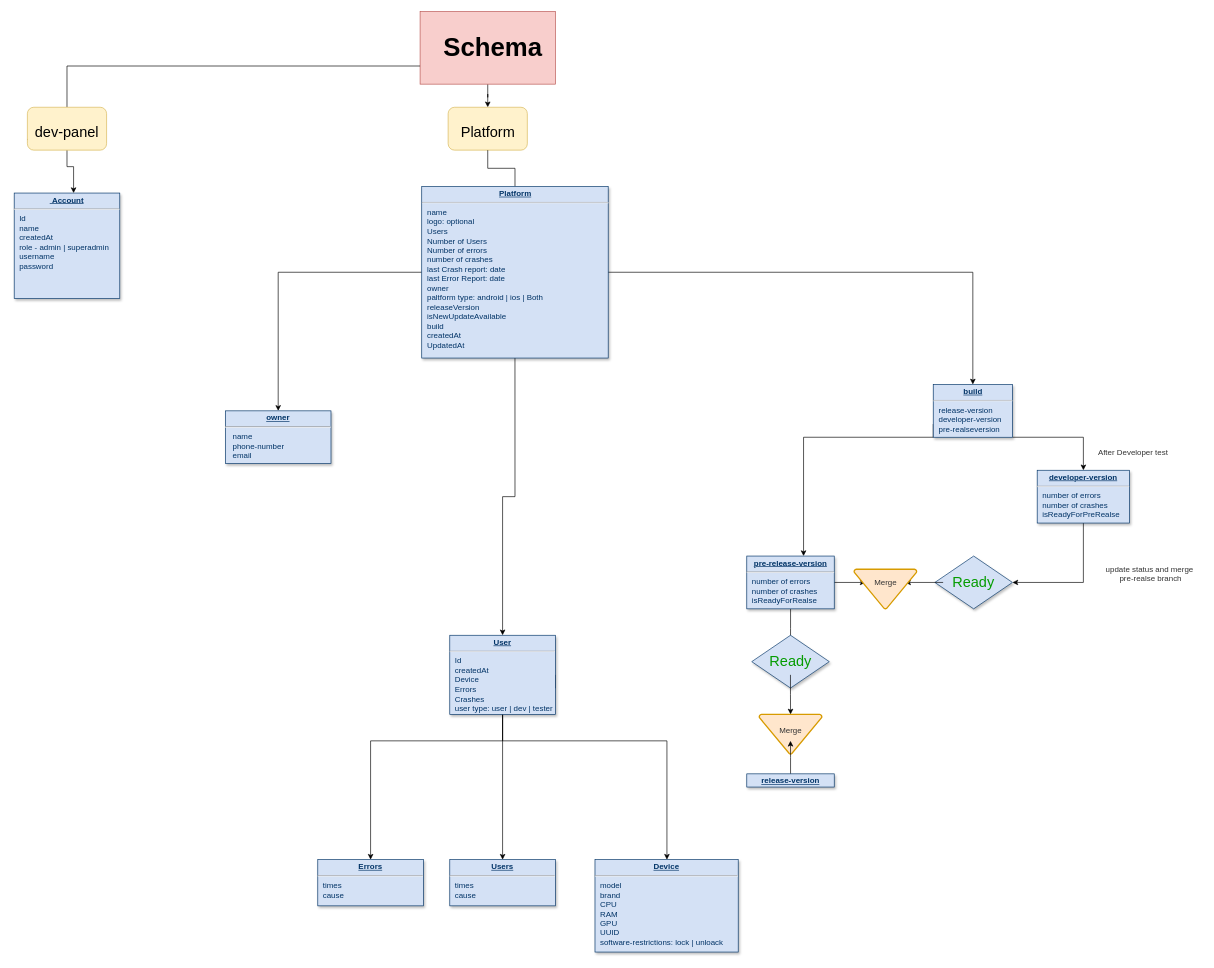
ahmadsoran/dev-panel-backend keeps this draw.io diagram as flowchart/App-DB.drawio. Above is the earlier version. Source tidied: cells renumbered, new cells numbered last; positions are measured from the earlier drawing's top-left corner, leaving out a move shared by most shapes. Both pictures are drawn from the tidied source at 66%, with x=0, y=0 at pixel (14, 11).
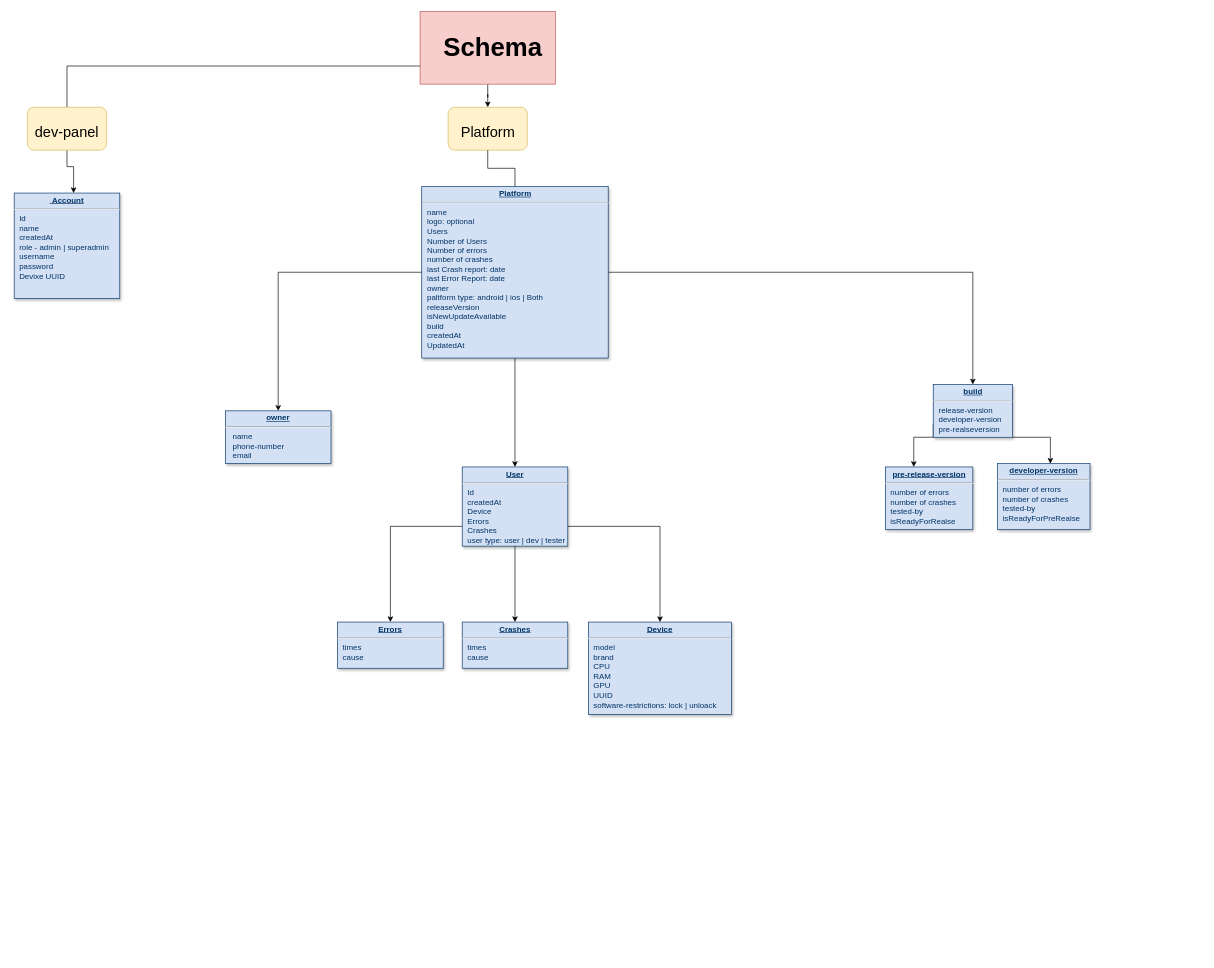
The same diagram, later.

Unchanged cells that the change refers to:
```xml
<mxCell id="25" value="&lt;p style=&quot;margin: 0px; margin-top: 4px; text-align: center; text-decoration: underline;&quot;&gt;&lt;b&gt;build&lt;/b&gt;&lt;/p&gt;&lt;hr&gt;&lt;p style=&quot;margin: 0px; margin-left: 8px;&quot;&gt;release-version&lt;/p&gt;&lt;p style=&quot;margin: 0px; margin-left: 8px;&quot;&gt;developer-version&lt;/p&gt;&lt;p style=&quot;margin: 0px; margin-left: 8px;&quot;&gt;pre-realseversion&lt;/p&gt;&lt;p style=&quot;border-color: var(--border-color); margin: 0px 0px 0px 8px;&quot;&gt;&lt;br&gt;&lt;/p&gt;&lt;p style=&quot;border-color: var(--border-color); margin: 0px 0px 0px 8px;&quot;&gt;&lt;br&gt;&lt;/p&gt;&lt;p style=&quot;margin: 0px; margin-left: 8px;&quot;&gt;&amp;nbsp;&lt;/p&gt;" style="verticalAlign=top;align=left;overflow=fill;fontSize=12;fontFamily=Helvetica;html=1;strokeColor=#003366;shadow=1;fillColor=#D4E1F5;fontColor=#003366;" parent="1" vertex="1">
  <mxGeometry x="1392.5" y="565" width="120" height="80" as="geometry" />
</mxCell>
```

What changed in the source:
```diff
@@
-    <mxCell id="2" value="&lt;p style=&quot;margin: 0px; margin-top: 4px; text-align: center; text-decoration: underline;&quot;&gt;&lt;b&gt;&amp;nbsp;Account&lt;/b&gt;&lt;/p&gt;&lt;hr&gt;&lt;p style=&quot;margin: 0px; margin-left: 8px;&quot;&gt;Id&lt;/p&gt;&lt;p style=&quot;margin: 0px; margin-left: 8px;&quot;&gt;name&lt;/p&gt;&lt;p style=&quot;margin: 0px; margin-left: 8px;&quot;&gt;createdAt&lt;/p&gt;&lt;p style=&quot;margin: 0px; margin-left: 8px;&quot;&gt;role - admin | superadmin&lt;/p&gt;&lt;p style=&quot;margin: 0px; margin-left: 8px;&quot;&gt;username&lt;/p&gt;&lt;p style=&quot;margin: 0px; margin-left: 8px;&quot;&gt;password&lt;/p&gt;" style="verticalAlign=top;align=left;overflow=fill;fontSize=12;fontFamily=Helvetica;html=1;strokeColor=#003366;shadow=1;fillColor=#D4E1F5;fontColor=#003366;" parent="1" vertex="1">
+    <mxCell id="2" value="&lt;p style=&quot;margin: 0px; margin-top: 4px; text-align: center; text-decoration: underline;&quot;&gt;&lt;b&gt;&amp;nbsp;Account&lt;/b&gt;&lt;/p&gt;&lt;hr&gt;&lt;p style=&quot;margin: 0px; margin-left: 8px;&quot;&gt;Id&lt;/p&gt;&lt;p style=&quot;margin: 0px; margin-left: 8px;&quot;&gt;name&lt;/p&gt;&lt;p style=&quot;margin: 0px; margin-left: 8px;&quot;&gt;createdAt&lt;/p&gt;&lt;p style=&quot;margin: 0px; margin-left: 8px;&quot;&gt;role - admin | superadmin&lt;/p&gt;&lt;p style=&quot;margin: 0px; margin-left: 8px;&quot;&gt;username&lt;/p&gt;&lt;p style=&quot;margin: 0px; margin-left: 8px;&quot;&gt;password&lt;/p&gt;&lt;p style=&quot;margin: 0px; margin-left: 8px;&quot;&gt;Devixe UUID&lt;/p&gt;" style="verticalAlign=top;align=left;overflow=fill;fontSize=12;fontFamily=Helvetica;html=1;strokeColor=#003366;shadow=1;fillColor=#D4E1F5;fontColor=#003366;" parent="1" vertex="1">
       <mxGeometry y="275" width="160" height="160" as="geometry" />
     </mxCell>
@@
     <mxCell id="7" value="&lt;p style=&quot;margin: 0px; margin-top: 4px; text-align: center; text-decoration: underline;&quot;&gt;&lt;b&gt;Device&lt;/b&gt;&lt;/p&gt;&lt;hr&gt;&lt;p style=&quot;margin: 0px; margin-left: 8px;&quot;&gt;model&lt;/p&gt;&lt;p style=&quot;margin: 0px; margin-left: 8px;&quot;&gt;brand&lt;/p&gt;&lt;p style=&quot;margin: 0px; margin-left: 8px;&quot;&gt;CPU&lt;/p&gt;&lt;p style=&quot;margin: 0px; margin-left: 8px;&quot;&gt;RAM&lt;/p&gt;&lt;p style=&quot;margin: 0px; margin-left: 8px;&quot;&gt;GPU&lt;/p&gt;&lt;p style=&quot;margin: 0px; margin-left: 8px;&quot;&gt;UUID&lt;/p&gt;&lt;p style=&quot;margin: 0px; margin-left: 8px;&quot;&gt;software-restrictions: lock | unloack&lt;/p&gt;&lt;p style=&quot;margin: 0px; margin-left: 8px;&quot;&gt;&lt;br&gt;&lt;/p&gt;&lt;p style=&quot;margin: 0px; margin-left: 8px;&quot;&gt;&lt;br&gt;&lt;/p&gt;&lt;p style=&quot;margin: 0px; margin-left: 8px;&quot;&gt;&amp;nbsp;&lt;/p&gt;" style="verticalAlign=top;align=left;overflow=fill;fontSize=12;fontFamily=Helvetica;html=1;strokeColor=#003366;shadow=1;fillColor=#D4E1F5;fontColor=#003366;" parent="1" vertex="1">
-      <mxGeometry x="880" y="1285" width="217" height="140" as="geometry" />
+      <mxGeometry x="870" y="925" width="217" height="140" as="geometry" />
     </mxCell>
+    <mxCell id="10" style="edgeStyle=orthogonalEdgeStyle;rounded=0;jettySize=auto;html=1;fontSize=22;" parent="1" edge="1" source="11" target="16">
+      <mxGeometry relative="1" as="geometry" />
+    </mxCell>
+    <mxCell id="9" style="edgeStyle=orthogonalEdgeStyle;rounded=0;jettySize=auto;html=1;exitX=0;exitY=0.75;exitDx=0;exitDy=0;fontFamily=Helvetica;fontSize=12;fontColor=#333333;" parent="1" edge="1" source="11" target="15">
+      <mxGeometry relative="1" as="geometry" />
+    </mxCell>
-    <mxCell id="8" style="edgeStyle=orthogonalEdgeStyle;rounded=0;jettySize=auto;html=1;exitX=1;exitY=0.5;exitDx=0;exitDy=0;fontSize=22;" parent="1" edge="1" source="11" target="7">
-      <mxGeometry relative="1" as="geometry">
-        <Array as="points">
-          <mxPoint x="820" y="1025" />
-          <mxPoint x="740" y="1025" />
-          <mxPoint x="740" y="1105" />
-          <mxPoint x="989" y="1105" />
-        </Array>
-      </mxGeometry>
+    <mxCell id="8" style="edgeStyle=orthogonalEdgeStyle;rounded=0;jettySize=auto;html=1;exitX=1;exitY=0.75;exitDx=0;exitDy=0;fontFamily=Helvetica;fontSize=12;fontColor=#333333;" parent="1" edge="1" source="11" target="7">
+      <mxGeometry relative="1" as="geometry" />
     </mxCell>
-    <mxCell id="9" style="edgeStyle=orthogonalEdgeStyle;rounded=0;jettySize=auto;html=1;fontSize=22;" parent="1" edge="1" source="11" target="15">
-      <mxGeometry relative="1" as="geometry">
-        <Array as="points">
-          <mxPoint x="540" y="1105" />
-        </Array>
-      </mxGeometry>
-    </mxCell>
-    <mxCell id="10" style="edgeStyle=orthogonalEdgeStyle;rounded=0;jettySize=auto;html=1;fontSize=22;" parent="1" edge="1" source="11" target="16">
-      <mxGeometry relative="1" as="geometry" />
-    </mxCell>
     <mxCell id="11" value="&lt;p style=&quot;margin: 0px; margin-top: 4px; text-align: center; text-decoration: underline;&quot;&gt;&lt;b&gt;User&lt;/b&gt;&lt;/p&gt;&lt;hr&gt;&lt;p style=&quot;margin: 0px; margin-left: 8px;&quot;&gt;Id&lt;/p&gt;&lt;p style=&quot;margin: 0px; margin-left: 8px;&quot;&gt;&lt;span style=&quot;background-color: initial;&quot;&gt;createdAt&lt;/span&gt;&lt;br&gt;&lt;/p&gt;&lt;p style=&quot;margin: 0px; margin-left: 8px;&quot;&gt;Device&lt;/p&gt;&lt;p style=&quot;margin: 0px; margin-left: 8px;&quot;&gt;Errors&lt;/p&gt;&lt;p style=&quot;margin: 0px; margin-left: 8px;&quot;&gt;Crashes&lt;/p&gt;&lt;p style=&quot;margin: 0px; margin-left: 8px;&quot;&gt;user type: user | dev | tester&lt;/p&gt;&lt;p style=&quot;margin: 0px; margin-left: 8px;&quot;&gt;&lt;br&gt;&lt;/p&gt;&lt;p style=&quot;margin: 0px; margin-left: 8px;&quot;&gt;&lt;br&gt;&lt;/p&gt;&lt;p style=&quot;margin: 0px; margin-left: 8px;&quot;&gt;&amp;nbsp;&lt;/p&gt;" style="verticalAlign=top;align=left;overflow=fill;fontSize=12;fontFamily=Helvetica;html=1;strokeColor=#003366;shadow=1;fillColor=#D4E1F5;fontColor=#003366;" parent="1" vertex="1">
-      <mxGeometry x="660" y="945" width="160" height="120" as="geometry" />
+      <mxGeometry x="678.8" y="690" width="160" height="120" as="geometry" />
     </mxCell>
@@
     <mxCell id="15" value="&lt;p style=&quot;margin: 0px; margin-top: 4px; text-align: center; text-decoration: underline;&quot;&gt;&lt;b&gt;Errors&lt;/b&gt;&lt;/p&gt;&lt;hr&gt;&lt;p style=&quot;margin: 0px; margin-left: 8px;&quot;&gt;times&lt;/p&gt;&lt;p style=&quot;margin: 0px; margin-left: 8px;&quot;&gt;cause&lt;/p&gt;&lt;p style=&quot;margin: 0px; margin-left: 8px;&quot;&gt;&lt;br&gt;&lt;/p&gt;&lt;p style=&quot;margin: 0px; margin-left: 8px;&quot;&gt;&amp;nbsp;&lt;/p&gt;" style="verticalAlign=top;align=left;overflow=fill;fontSize=12;fontFamily=Helvetica;html=1;strokeColor=#003366;shadow=1;fillColor=#D4E1F5;fontColor=#003366;" parent="1" vertex="1">
-      <mxGeometry x="460" y="1285" width="160" height="70" as="geometry" />
+      <mxGeometry x="490" y="925" width="160" height="70" as="geometry" />
     </mxCell>
-    <mxCell id="16" value="&lt;p style=&quot;margin: 0px; margin-top: 4px; text-align: center; text-decoration: underline;&quot;&gt;&lt;b&gt;Users&lt;/b&gt;&lt;/p&gt;&lt;hr&gt;&lt;p style=&quot;margin: 0px; margin-left: 8px;&quot;&gt;times&lt;/p&gt;&lt;p style=&quot;margin: 0px; margin-left: 8px;&quot;&gt;cause&lt;/p&gt;&lt;p style=&quot;margin: 0px; margin-left: 8px;&quot;&gt;&amp;nbsp;&lt;/p&gt;" style="verticalAlign=top;align=left;overflow=fill;fontSize=12;fontFamily=Helvetica;html=1;strokeColor=#003366;shadow=1;fillColor=#D4E1F5;fontColor=#003366;" parent="1" vertex="1">
-      <mxGeometry x="660" y="1285" width="160" height="70" as="geometry" />
+    <mxCell id="16" value="&lt;p style=&quot;margin: 0px; margin-top: 4px; text-align: center; text-decoration: underline;&quot;&gt;&lt;b&gt;Crashes&lt;/b&gt;&lt;/p&gt;&lt;hr&gt;&lt;p style=&quot;margin: 0px; margin-left: 8px;&quot;&gt;times&lt;/p&gt;&lt;p style=&quot;margin: 0px; margin-left: 8px;&quot;&gt;cause&lt;/p&gt;&lt;p style=&quot;margin: 0px; margin-left: 8px;&quot;&gt;&amp;nbsp;&lt;/p&gt;" style="verticalAlign=top;align=left;overflow=fill;fontSize=12;fontFamily=Helvetica;html=1;strokeColor=#003366;shadow=1;fillColor=#D4E1F5;fontColor=#003366;" parent="1" vertex="1">
+      <mxGeometry x="678.8" y="925" width="160" height="70" as="geometry" />
     </mxCell>
@@
     <mxCell id="23" style="edgeStyle=orthogonalEdgeStyle;rounded=0;jettySize=auto;html=1;fontSize=22;" parent="1" edge="1" source="25" target="27">
       <mxGeometry relative="1" as="geometry">
         <Array as="points">
-          <mxPoint x="1620" y="645" />
+          <mxPoint x="1570" y="645" />
         </Array>
       </mxGeometry>
     </mxCell>
     <mxCell id="24" style="edgeStyle=orthogonalEdgeStyle;rounded=0;jettySize=auto;html=1;exitX=0;exitY=0.75;exitDx=0;exitDy=0;fontFamily=Helvetica;fontSize=22;fontColor=#9C9C9C;" parent="1" edge="1" source="25" target="30">
       <mxGeometry relative="1" as="geometry">
         <Array as="points">
           <mxPoint x="1393" y="645" />
-          <mxPoint x="1196" y="645" />
+          <mxPoint x="1363" y="645" />
         </Array>
       </mxGeometry>
     </mxCell>
@@
-    <mxCell id="26" style="edgeStyle=orthogonalEdgeStyle;rounded=0;jettySize=auto;html=1;fontFamily=Helvetica;fontSize=22;fontColor=#9C9C9C;" parent="1" edge="1" source="27" target="31">
-      <mxGeometry relative="1" as="geometry">
-        <Array as="points">
-          <mxPoint x="1620" y="865" />
-        </Array>
-      </mxGeometry>
-    </mxCell>
-    <mxCell id="27" value="&lt;p style=&quot;margin: 0px; margin-top: 4px; text-align: center; text-decoration: underline;&quot;&gt;&lt;b&gt;developer-version&lt;/b&gt;&lt;/p&gt;&lt;hr&gt;&lt;p style=&quot;margin: 0px; margin-left: 8px;&quot;&gt;number of errors&lt;/p&gt;&lt;p style=&quot;margin: 0px; margin-left: 8px;&quot;&gt;number of crashes&lt;/p&gt;&lt;p style=&quot;margin: 0px; margin-left: 8px;&quot;&gt;isReadyForPreRealse&lt;/p&gt;&lt;p style=&quot;border-color: var(--border-color); margin: 0px 0px 0px 8px;&quot;&gt;&lt;br&gt;&lt;/p&gt;&lt;p style=&quot;border-color: var(--border-color); margin: 0px 0px 0px 8px;&quot;&gt;&lt;br&gt;&lt;/p&gt;&lt;p style=&quot;margin: 0px; margin-left: 8px;&quot;&gt;&amp;nbsp;&lt;/p&gt;" style="verticalAlign=top;align=left;overflow=fill;fontSize=12;fontFamily=Helvetica;html=1;strokeColor=#003366;shadow=1;fillColor=#D4E1F5;fontColor=#003366;" parent="1" vertex="1">
-      <mxGeometry x="1550" y="695" width="140" height="80" as="geometry" />
+    <mxCell id="27" value="&lt;p style=&quot;margin: 0px; margin-top: 4px; text-align: center; text-decoration: underline;&quot;&gt;&lt;b&gt;developer-version&lt;/b&gt;&lt;/p&gt;&lt;hr&gt;&lt;p style=&quot;margin: 0px; margin-left: 8px;&quot;&gt;number of errors&lt;/p&gt;&lt;p style=&quot;margin: 0px; margin-left: 8px;&quot;&gt;number of crashes&lt;/p&gt;&lt;p style=&quot;margin: 0px; margin-left: 8px;&quot;&gt;tested-by&lt;/p&gt;&lt;p style=&quot;margin: 0px; margin-left: 8px;&quot;&gt;isReadyForPreRealse&lt;/p&gt;&lt;p style=&quot;border-color: var(--border-color); margin: 0px 0px 0px 8px;&quot;&gt;&lt;br&gt;&lt;/p&gt;&lt;p style=&quot;border-color: var(--border-color); margin: 0px 0px 0px 8px;&quot;&gt;&lt;br&gt;&lt;/p&gt;&lt;p style=&quot;margin: 0px; margin-left: 8px;&quot;&gt;&amp;nbsp;&lt;/p&gt;" style="verticalAlign=top;align=left;overflow=fill;fontSize=12;fontFamily=Helvetica;html=1;strokeColor=#003366;shadow=1;fillColor=#D4E1F5;fontColor=#003366;" parent="1" vertex="1">
+      <mxGeometry x="1490" y="685" width="140" height="100" as="geometry" />
     </mxCell>
-    <mxCell id="28" style="edgeStyle=orthogonalEdgeStyle;rounded=0;jettySize=auto;html=1;fontFamily=Helvetica;fontSize=12;fontColor=#333333;" parent="1" edge="1" source="30" target="37">
-      <mxGeometry relative="1" as="geometry" />
-    </mxCell>
-    <mxCell id="29" style="edgeStyle=orthogonalEdgeStyle;rounded=0;jettySize=auto;html=1;fontFamily=Helvetica;fontSize=12;fontColor=#333333;" parent="1" edge="1" source="30" target="40">
-      <mxGeometry relative="1" as="geometry" />
-    </mxCell>
-    <mxCell id="30" value="&lt;p style=&quot;margin: 0px; margin-top: 4px; text-align: center; text-decoration: underline;&quot;&gt;&lt;b&gt;pre-release-version&lt;/b&gt;&lt;/p&gt;&lt;hr&gt;&lt;p style=&quot;border-color: var(--border-color); margin: 0px 0px 0px 8px;&quot;&gt;number of errors&lt;/p&gt;&lt;p style=&quot;border-color: var(--border-color); margin: 0px 0px 0px 8px;&quot;&gt;number of crashes&lt;/p&gt;&lt;p style=&quot;border-color: var(--border-color); margin: 0px 0px 0px 8px;&quot;&gt;isReadyForRealse&lt;/p&gt;&lt;p style=&quot;border-color: var(--border-color); margin: 0px 0px 0px 8px;&quot;&gt;&lt;br style=&quot;border-color: var(--border-color);&quot;&gt;&lt;/p&gt;&lt;p style=&quot;border-color: var(--border-color); margin: 0px 0px 0px 8px;&quot;&gt;&lt;br&gt;&lt;/p&gt;&lt;p style=&quot;margin: 0px; margin-left: 8px;&quot;&gt;&amp;nbsp;&lt;/p&gt;" style="verticalAlign=top;align=left;overflow=fill;fontSize=12;fontFamily=Helvetica;html=1;strokeColor=#003366;shadow=1;fillColor=#D4E1F5;fontColor=#003366;" parent="1" vertex="1">
-      <mxGeometry x="1110" y="825" width="132.5" height="80" as="geometry" />
+    <mxCell id="30" value="&lt;p style=&quot;margin: 0px; margin-top: 4px; text-align: center; text-decoration: underline;&quot;&gt;&lt;b&gt;pre-release-version&lt;/b&gt;&lt;/p&gt;&lt;hr&gt;&lt;p style=&quot;border-color: var(--border-color); margin: 0px 0px 0px 8px;&quot;&gt;number of errors&lt;/p&gt;&lt;p style=&quot;border-color: var(--border-color); margin: 0px 0px 0px 8px;&quot;&gt;number of crashes&lt;/p&gt;&lt;p style=&quot;border-color: var(--border-color); margin: 0px 0px 0px 8px;&quot;&gt;tested-by&lt;/p&gt;&lt;p style=&quot;border-color: var(--border-color); margin: 0px 0px 0px 8px;&quot;&gt;isReadyForRealse&lt;/p&gt;&lt;p style=&quot;border-color: var(--border-color); margin: 0px 0px 0px 8px;&quot;&gt;&lt;br style=&quot;border-color: var(--border-color);&quot;&gt;&lt;/p&gt;&lt;p style=&quot;border-color: var(--border-color); margin: 0px 0px 0px 8px;&quot;&gt;&lt;br&gt;&lt;/p&gt;&lt;p style=&quot;margin: 0px; margin-left: 8px;&quot;&gt;&amp;nbsp;&lt;/p&gt;" style="verticalAlign=top;align=left;overflow=fill;fontSize=12;fontFamily=Helvetica;html=1;strokeColor=#003366;shadow=1;fillColor=#D4E1F5;fontColor=#003366;" parent="1" vertex="1">
+      <mxGeometry x="1320" y="690" width="132.5" height="95" as="geometry" />
     </mxCell>
-    <mxCell id="31" style="rhombus;whiteSpace=wrap;html=1;align=left;verticalAlign=top;fillColor=#D4E1F5;strokeColor=#003366;fontColor=#003366;shadow=1;" parent="1" vertex="1">
-      <mxGeometry x="1395" y="825" width="117.5" height="80" as="geometry" />
-    </mxCell>
-    <mxCell id="32" style="edgeStyle=orthogonalEdgeStyle;rounded=0;jettySize=auto;html=1;fontFamily=Helvetica;fontSize=12;fontColor=#333333;" parent="1" edge="1" source="33" target="37">
-      <mxGeometry relative="1" as="geometry" />
-    </mxCell>
-    <mxCell id="33" value="&lt;font color=&quot;#059c00&quot;&gt;Ready&lt;/font&gt;" style="text;html=1;align=center;verticalAlign=middle;points=[];strokeColor=none;fillColor=none;fontSize=22;fontFamily=Helvetica;fontColor=#9C9C9C;" parent="1" vertex="1">
-      <mxGeometry x="1407.5" y="845" width="90" height="40" as="geometry" />
-    </mxCell>
-    <mxCell id="34" value="&lt;font style=&quot;font-size: 12px;&quot; color=&quot;#333333&quot;&gt;After Developer test&lt;/font&gt;" style="text;html=1;align=center;verticalAlign=middle;strokeColor=none;fillColor=none;fontSize=22;fontFamily=Helvetica;fontColor=#059C00;" parent="1" vertex="1">
-      <mxGeometry x="1630" y="645" width="130" height="40" as="geometry" />
-    </mxCell>
-    <mxCell id="35" value="&lt;p style=&quot;line-height: 50%;&quot;&gt;&lt;font color=&quot;#333333&quot;&gt;&lt;span style=&quot;font-size: 12px;&quot;&gt;update status and merge&lt;br&gt;&amp;nbsp;pre-realse branch&lt;/span&gt;&lt;/font&gt;&lt;/p&gt;" style="text;html=1;align=center;verticalAlign=middle;strokeColor=none;fillColor=none;fontSize=22;fontFamily=Helvetica;fontColor=#059C00;" parent="1" vertex="1">
-      <mxGeometry x="1640" y="805" width="160" height="90" as="geometry" />
-    </mxCell>
-    <mxCell id="36" style="strokeWidth=2;html=1;shape=mxgraph.flowchart.merge_or_storage;whiteSpace=wrap;labelBackgroundColor=none;fontFamily=Helvetica;fontSize=12;fillColor=#ffe6cc;strokeColor=#d79b00;align=left;" parent="1" vertex="1">
-      <mxGeometry x="1272.5" y="845" width="95" height="60" as="geometry" />
-    </mxCell>
-    <mxCell id="37" value="Merge" style="text;html=1;align=center;verticalAlign=middle;points=[];strokeColor=none;fillColor=none;fontSize=12;fontFamily=Helvetica;fontColor=#333333;" parent="1" vertex="1">
-      <mxGeometry x="1290" y="850" width="60" height="30" as="geometry" />
-    </mxCell>
-    <mxCell id="38" style="rhombus;whiteSpace=wrap;html=1;align=left;verticalAlign=top;fillColor=#D4E1F5;strokeColor=#003366;fontColor=#003366;shadow=1;" parent="1" vertex="1">
-      <mxGeometry x="1117.5" y="945" width="117.5" height="80" as="geometry" />
-    </mxCell>
-    <mxCell id="39" style="edgeStyle=orthogonalEdgeStyle;rounded=0;jettySize=auto;html=1;fontFamily=Helvetica;fontSize=12;fontColor=#333333;" parent="1" edge="1" source="40" target="41">
-      <mxGeometry relative="1" as="geometry" />
-    </mxCell>
-    <mxCell id="40" value="&lt;font color=&quot;#059c00&quot;&gt;Ready&lt;/font&gt;" style="text;html=1;align=center;verticalAlign=middle;points=[];strokeColor=none;fillColor=none;fontSize=22;fontFamily=Helvetica;fontColor=#9C9C9C;" parent="1" vertex="1">
-      <mxGeometry x="1131.2" y="965" width="90" height="40" as="geometry" />
-    </mxCell>
-    <mxCell id="41" style="strokeWidth=2;html=1;shape=mxgraph.flowchart.merge_or_storage;whiteSpace=wrap;labelBackgroundColor=none;fontFamily=Helvetica;fontSize=12;fillColor=#ffe6cc;strokeColor=#d79b00;align=left;" parent="1" vertex="1">
-      <mxGeometry x="1128.8" y="1065" width="95" height="60" as="geometry" />
-    </mxCell>
-    <mxCell id="42" value="Merge" style="text;html=1;align=center;verticalAlign=middle;points=[];strokeColor=none;fillColor=none;fontSize=12;fontFamily=Helvetica;fontColor=#333333;" parent="1" vertex="1">
-      <mxGeometry x="1146.2" y="1075" width="60" height="30" as="geometry" />
-    </mxCell>
-    <mxCell id="43" style="edgeStyle=orthogonalEdgeStyle;rounded=0;jettySize=auto;html=1;fontFamily=Helvetica;fontSize=12;fontColor=#333333;" parent="1" edge="1" source="44" target="42">
-      <mxGeometry relative="1" as="geometry" />
-    </mxCell>
-    <mxCell id="44" value="&lt;p style=&quot;margin: 0px; margin-top: 4px; text-align: center; text-decoration: underline;&quot;&gt;&lt;b&gt;release-version&lt;/b&gt;&lt;/p&gt;&lt;p style=&quot;border-color: var(--border-color); margin: 0px 0px 0px 8px;&quot;&gt;&lt;br style=&quot;border-color: var(--border-color);&quot;&gt;&lt;/p&gt;&lt;p style=&quot;border-color: var(--border-color); margin: 0px 0px 0px 8px;&quot;&gt;&lt;br&gt;&lt;/p&gt;&lt;p style=&quot;margin: 0px; margin-left: 8px;&quot;&gt;&amp;nbsp;&lt;/p&gt;" style="verticalAlign=top;align=left;overflow=fill;fontSize=12;fontFamily=Helvetica;html=1;strokeColor=#003366;shadow=1;fillColor=#D4E1F5;fontColor=#003366;" parent="1" vertex="1">
-      <mxGeometry x="1110" y="1155" width="132.5" height="20" as="geometry" />
-    </mxCell>
```
